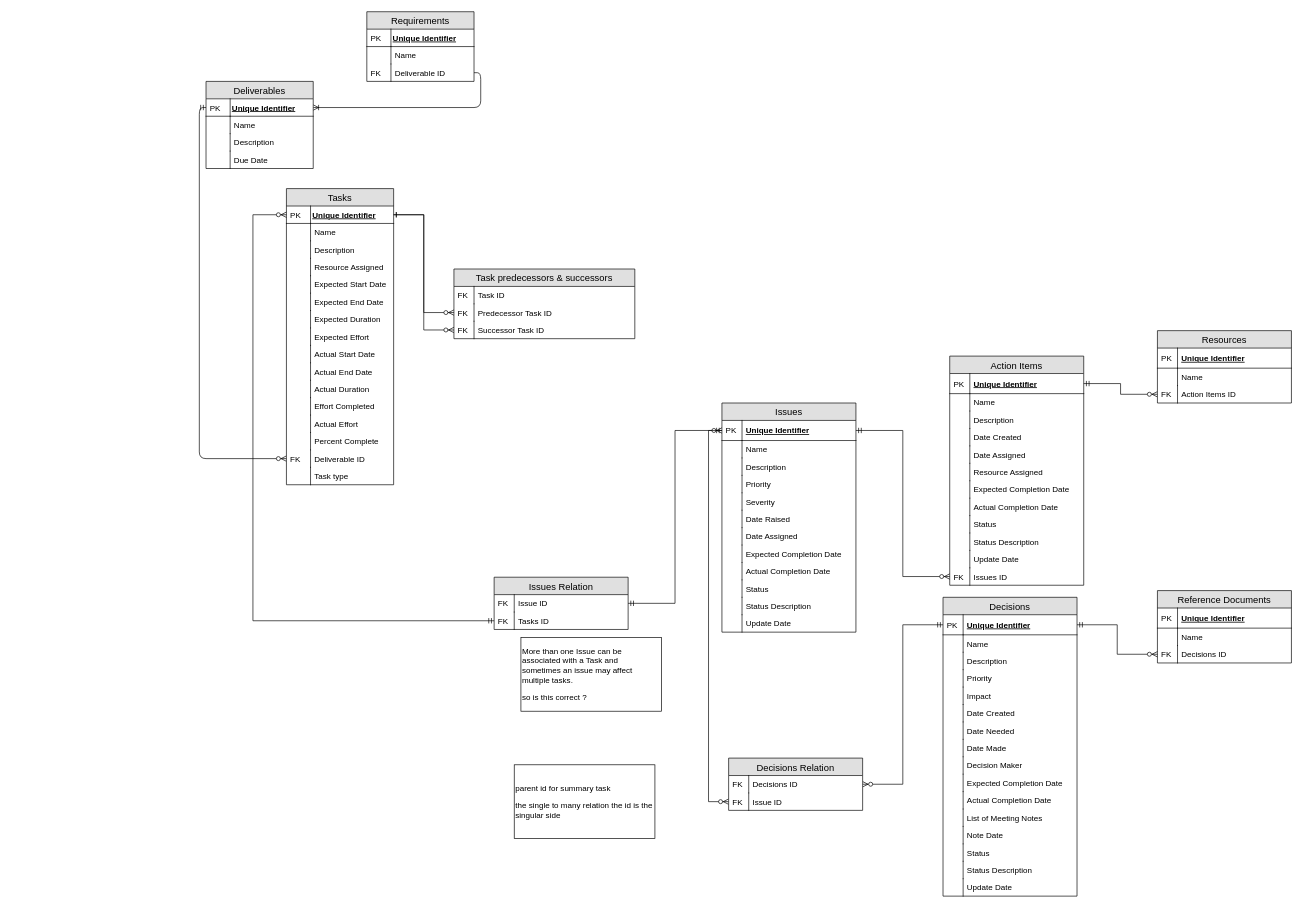
The draw.io diagram ERD.drawio in alicebalayan/comp380---project3, before the edit. Source tidied: cells renumbered, new cells numbered last; positions are measured from the earlier drawing's top-left corner, leaving out a move shared by most shapes. Both pictures are drawn from the tidied source at 67%, with x=0, y=0 at pixel (206, 11).
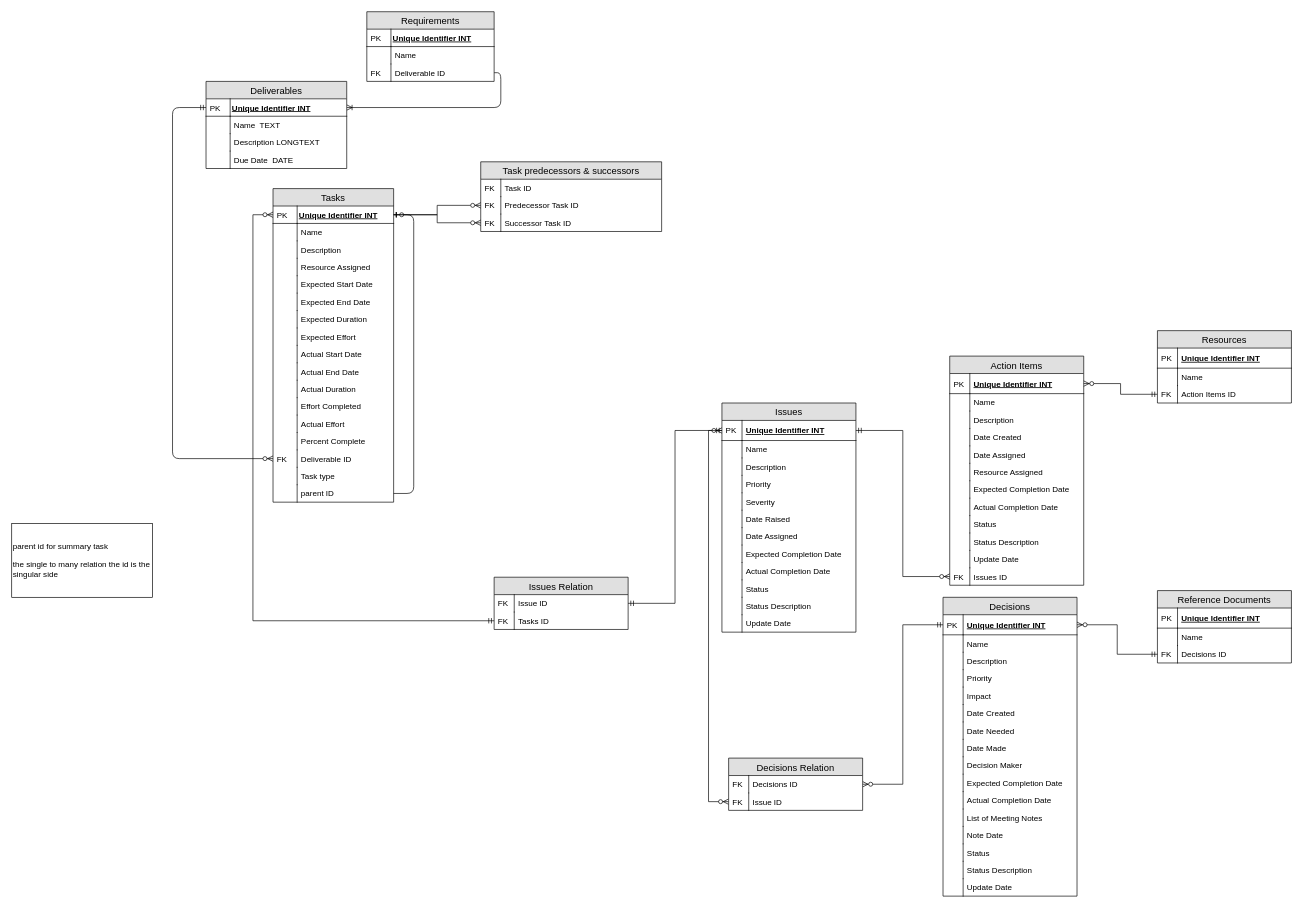
After the change.

Unchanged cells that the change refers to:
```xml
<mxCell id="2" value="Issues" style="swimlane;fontStyle=0;horizontal=1;startSize=26;fillColor=#e0e0e0;swimlaneFillColor=#ffffff;align=center;fontSize=14;" parent="1" vertex="1">
  <mxGeometry x="770" y="584" width="200" height="342" as="geometry" />
</mxCell>
<mxCell id="28" value="Decisions" style="swimlane;fontStyle=0;horizontal=1;startSize=26;fillColor=#e0e0e0;swimlaneFillColor=#ffffff;align=center;fontSize=14;" parent="1" vertex="1">
  <mxGeometry x="1100" y="874" width="200" height="446" as="geometry" />
</mxCell>
<mxCell id="61" value="Action Items" style="swimlane;fontStyle=0;horizontal=1;startSize=26;fillColor=#e0e0e0;swimlaneFillColor=#ffffff;align=center;fontSize=14;" parent="1" vertex="1">
  <mxGeometry x="1110" y="514" width="200" height="342" as="geometry" />
</mxCell>
<mxCell id="86" value="Reference Documents" style="swimlane;fontStyle=0;horizontal=1;startSize=26;fillColor=#e0e0e0;swimlaneFillColor=#ffffff;align=center;fontSize=14;" parent="1" vertex="1">
  <mxGeometry x="1420" y="864" width="200" height="108" as="geometry" />
</mxCell>
<mxCell id="91" value="Decisions ID" style="shape=partialRectangle;top=0;left=0;right=0;bottom=0;align=left;verticalAlign=top;fillColor=none;spacingLeft=34;spacingRight=4;overflow=hidden;points=[[0,0.5],[1,0.5]];portConstraint=eastwest;fontSize=12;" parent="86" vertex="1">
  <mxGeometry y="82" width="200" height="26" as="geometry" />
</mxCell>
<mxCell id="145" value="Resources" style="swimlane;fontStyle=0;horizontal=1;startSize=26;fillColor=#e0e0e0;swimlaneFillColor=#ffffff;align=center;fontSize=14;" parent="1" vertex="1">
  <mxGeometry x="1420" y="476" width="200" height="108" as="geometry" />
</mxCell>
<mxCell id="150" value="Action Items ID&#10;" style="shape=partialRectangle;top=0;left=0;right=0;bottom=0;align=left;verticalAlign=top;fillColor=none;spacingLeft=34;spacingRight=4;overflow=hidden;points=[[0,0.5],[1,0.5]];portConstraint=eastwest;fontSize=12;" parent="145" vertex="1">
  <mxGeometry y="82" width="200" height="26" as="geometry" />
</mxCell>
```

Change to the diagram source:
```diff
@@
-    <mxCell id="3" value="Unique Identifier" style="shape=partialRectangle;top=0;left=0;right=0;bottom=1;align=left;verticalAlign=middle;fillColor=none;spacingLeft=34;spacingRight=4;overflow=hidden;points=[[0,0.5],[1,0.5]];portConstraint=eastwest;fontStyle=5;fontSize=12;" parent="2" vertex="1">
+    <mxCell id="3" value="Unique Identifier INT" style="shape=partialRectangle;top=0;left=0;right=0;bottom=1;align=left;verticalAlign=middle;fillColor=none;spacingLeft=34;spacingRight=4;overflow=hidden;points=[[0,0.5],[1,0.5]];portConstraint=eastwest;fontStyle=5;fontSize=12;" parent="2" vertex="1">
       <mxGeometry y="26" width="200" height="30" as="geometry" />
     </mxCell>
@@
-    <mxCell id="29" value="Unique Identifier" style="shape=partialRectangle;top=0;left=0;right=0;bottom=1;align=left;verticalAlign=middle;fillColor=none;spacingLeft=34;spacingRight=4;overflow=hidden;points=[[0,0.5],[1,0.5]];portConstraint=eastwest;fontStyle=5;fontSize=12;" parent="28" vertex="1">
+    <mxCell id="29" value="Unique Identifier INT" style="shape=partialRectangle;top=0;left=0;right=0;bottom=1;align=left;verticalAlign=middle;fillColor=none;spacingLeft=34;spacingRight=4;overflow=hidden;points=[[0,0.5],[1,0.5]];portConstraint=eastwest;fontStyle=5;fontSize=12;" parent="28" vertex="1">
       <mxGeometry y="26" width="200" height="30" as="geometry" />
     </mxCell>
@@
-    <mxCell id="62" value="Unique Identifier" style="shape=partialRectangle;top=0;left=0;right=0;bottom=1;align=left;verticalAlign=middle;fillColor=none;spacingLeft=34;spacingRight=4;overflow=hidden;points=[[0,0.5],[1,0.5]];portConstraint=eastwest;fontStyle=5;fontSize=12;" parent="61" vertex="1">
+    <mxCell id="62" value="Unique Identifier INT" style="shape=partialRectangle;top=0;left=0;right=0;bottom=1;align=left;verticalAlign=middle;fillColor=none;spacingLeft=34;spacingRight=4;overflow=hidden;points=[[0,0.5],[1,0.5]];portConstraint=eastwest;fontStyle=5;fontSize=12;" parent="61" vertex="1">
       <mxGeometry y="26" width="200" height="30" as="geometry" />
     </mxCell>
@@
-    <mxCell id="87" value="Unique Identifier" style="shape=partialRectangle;top=0;left=0;right=0;bottom=1;align=left;verticalAlign=middle;fillColor=none;spacingLeft=34;spacingRight=4;overflow=hidden;fontStyle=5;fontSize=12;" parent="86" vertex="1">
+    <mxCell id="87" value="Unique Identifier INT" style="shape=partialRectangle;top=0;left=0;right=0;bottom=1;align=left;verticalAlign=middle;fillColor=none;spacingLeft=34;spacingRight=4;overflow=hidden;fontStyle=5;fontSize=12;" parent="86" vertex="1">
       <mxGeometry y="26" width="200" height="30" as="geometry" />
     </mxCell>
@@
     <mxCell id="93" style="endArrow=ERmandOne;html=1;entryX=0;entryY=0.5;entryDx=0;entryDy=0;edgeStyle=orthogonalEdgeStyle;exitX=0;exitY=0.5;exitDx=0;exitDy=0;startArrow=ERzeroToMany;startFill=1;endFill=0;" parent="1" edge="1" source="129" target="136">
-      <mxGeometry relative="1" as="geometry" />
+      <mxGeometry relative="1" as="geometry">
+        <Array as="points">
+          <mxPoint x="-50" y="667" />
+          <mxPoint x="-50" y="143" />
+        </Array>
+      </mxGeometry>
     </mxCell>
-    <mxCell id="94" value="&lt;p class=&quot;Paragraph&quot;&gt;More than one Issue can be associated with a Task and&lt;br&gt;sometimes an issue may affect multiple tasks.&amp;nbsp;&amp;nbsp;&lt;/p&gt;&lt;p class=&quot;Paragraph&quot;&gt;so is this correct ?&lt;/p&gt;" style="rounded=0;whiteSpace=wrap;html=1;align=left;" parent="1" vertex="1">
-      <mxGeometry x="470" y="934" width="210" height="110" as="geometry" />
-    </mxCell>
@@
     <mxCell id="100" value="Tasks" style="swimlane;fontStyle=0;horizontal=1;startSize=26;fontSize=14;fillColor=#e0e0e0;swimlaneFillColor=#ffffff;" parent="1" vertex="1">
-      <mxGeometry x="120" y="264" width="160" height="442" as="geometry" />
+      <mxGeometry x="100" y="264" width="180" height="468" as="geometry" />
     </mxCell>
-    <mxCell id="101" value="Unique Identifier" style="shape=partialRectangle;top=0;left=0;right=0;bottom=1;align=left;verticalAlign=middle;fillColor=none;spacingLeft=37;spacingRight=4;overflow=hidden;points=[[0,0.5],[1,0.5]];portConstraint=eastwest;fontStyle=5;" parent="100" vertex="1">
-      <mxGeometry y="26" width="160" height="26" as="geometry" />
+    <mxCell id="101" value="Unique Identifier INT" style="shape=partialRectangle;top=0;left=0;right=0;bottom=1;align=left;verticalAlign=middle;fillColor=none;spacingLeft=37;spacingRight=4;overflow=hidden;points=[[0,0.5],[1,0.5]];portConstraint=eastwest;fontStyle=5;" parent="100" vertex="1">
+      <mxGeometry y="26" width="180" height="26" as="geometry" />
     </mxCell>
@@
     <mxCell id="103" value="Name" style="shape=partialRectangle;top=0;left=0;right=0;bottom=0;align=left;verticalAlign=top;fillColor=none;spacingLeft=40;spacingRight=4;overflow=hidden;rounded=0;shadow=0;strokeWidth=1;" parent="100" vertex="1">
-      <mxGeometry y="52" width="160" height="26" as="geometry" />
+      <mxGeometry y="52" width="180" height="26" as="geometry" />
     </mxCell>
@@
     <mxCell id="105" value="Description" style="shape=partialRectangle;top=0;left=0;right=0;bottom=0;align=left;verticalAlign=top;fillColor=none;spacingLeft=40;spacingRight=4;overflow=hidden;rounded=0;shadow=0;strokeWidth=1;" parent="100" vertex="1">
-      <mxGeometry y="78" width="160" height="26" as="geometry" />
+      <mxGeometry y="78" width="180" height="26" as="geometry" />
     </mxCell>
@@
     <mxCell id="107" value="Resource Assigned" style="shape=partialRectangle;top=0;left=0;right=0;bottom=0;align=left;verticalAlign=top;fillColor=none;spacingLeft=40;spacingRight=4;overflow=hidden;rounded=0;shadow=0;strokeWidth=1;" parent="100" vertex="1">
-      <mxGeometry y="104" width="160" height="26" as="geometry" />
+      <mxGeometry y="104" width="180" height="26" as="geometry" />
     </mxCell>
@@
     <mxCell id="109" value="Expected Start Date" style="shape=partialRectangle;top=0;left=0;right=0;bottom=0;align=left;verticalAlign=top;fillColor=none;spacingLeft=40;spacingRight=4;overflow=hidden;rounded=0;shadow=0;strokeWidth=1;" parent="100" vertex="1">
-      <mxGeometry y="130" width="160" height="26" as="geometry" />
+      <mxGeometry y="130" width="180" height="26" as="geometry" />
     </mxCell>
@@
     <mxCell id="111" value="Expected End Date" style="shape=partialRectangle;top=0;left=0;right=0;bottom=0;align=left;verticalAlign=top;fillColor=none;spacingLeft=40;spacingRight=4;overflow=hidden;rounded=0;shadow=0;strokeWidth=1;" parent="100" vertex="1">
-      <mxGeometry y="156" width="160" height="26" as="geometry" />
+      <mxGeometry y="156" width="180" height="26" as="geometry" />
     </mxCell>
@@
     <mxCell id="113" value="Expected Duration" style="shape=partialRectangle;top=0;left=0;right=0;bottom=0;align=left;verticalAlign=top;fillColor=none;spacingLeft=40;spacingRight=4;overflow=hidden;rounded=0;shadow=0;strokeWidth=1;" parent="100" vertex="1">
-      <mxGeometry y="182" width="160" height="26" as="geometry" />
+      <mxGeometry y="182" width="180" height="26" as="geometry" />
     </mxCell>
@@
     <mxCell id="115" value="Expected Effort" style="shape=partialRectangle;top=0;left=0;right=0;bottom=0;align=left;verticalAlign=top;fillColor=none;spacingLeft=40;spacingRight=4;overflow=hidden;rounded=0;shadow=0;strokeWidth=1;" parent="100" vertex="1">
-      <mxGeometry y="208" width="160" height="26" as="geometry" />
+      <mxGeometry y="208" width="180" height="26" as="geometry" />
     </mxCell>
@@
     <mxCell id="117" value="Actual Start Date" style="shape=partialRectangle;top=0;left=0;right=0;bottom=0;align=left;verticalAlign=top;fillColor=none;spacingLeft=40;spacingRight=4;overflow=hidden;rounded=0;shadow=0;strokeWidth=1;" parent="100" vertex="1">
-      <mxGeometry y="234" width="160" height="26" as="geometry" />
+      <mxGeometry y="234" width="180" height="26" as="geometry" />
     </mxCell>
@@
     <mxCell id="119" value="Actual End Date" style="shape=partialRectangle;top=0;left=0;right=0;bottom=0;align=left;verticalAlign=top;fillColor=none;spacingLeft=40;spacingRight=4;overflow=hidden;rounded=0;shadow=0;strokeWidth=1;" parent="100" vertex="1">
-      <mxGeometry y="260" width="160" height="26" as="geometry" />
+      <mxGeometry y="260" width="180" height="26" as="geometry" />
     </mxCell>
@@
     <mxCell id="121" value="Actual Duration" style="shape=partialRectangle;top=0;left=0;right=0;bottom=0;align=left;verticalAlign=top;fillColor=none;spacingLeft=40;spacingRight=4;overflow=hidden;rounded=0;shadow=0;strokeWidth=1;" parent="100" vertex="1">
-      <mxGeometry y="286" width="160" height="26" as="geometry" />
+      <mxGeometry y="286" width="180" height="26" as="geometry" />
     </mxCell>
@@
     <mxCell id="123" value="Effort Completed" style="shape=partialRectangle;top=0;left=0;right=0;bottom=0;align=left;verticalAlign=top;fillColor=none;spacingLeft=40;spacingRight=4;overflow=hidden;rounded=0;shadow=0;strokeWidth=1;" parent="100" vertex="1">
-      <mxGeometry y="312" width="160" height="26" as="geometry" />
+      <mxGeometry y="312" width="180" height="26" as="geometry" />
     </mxCell>
@@
     <mxCell id="125" value="Actual Effort" style="shape=partialRectangle;top=0;left=0;right=0;bottom=0;align=left;verticalAlign=top;fillColor=none;spacingLeft=40;spacingRight=4;overflow=hidden;rounded=0;shadow=0;strokeWidth=1;" parent="100" vertex="1">
-      <mxGeometry y="338" width="160" height="26" as="geometry" />
+      <mxGeometry y="338" width="180" height="26" as="geometry" />
     </mxCell>
@@
     <mxCell id="127" value="Percent Complete" style="shape=partialRectangle;top=0;left=0;right=0;bottom=0;align=left;verticalAlign=top;fillColor=none;spacingLeft=40;spacingRight=4;overflow=hidden;rounded=0;shadow=0;strokeWidth=1;" parent="100" vertex="1">
-      <mxGeometry y="364" width="160" height="26" as="geometry" />
+      <mxGeometry y="364" width="180" height="26" as="geometry" />
     </mxCell>
@@
     <mxCell id="129" value="Deliverable ID" style="shape=partialRectangle;top=0;left=0;right=0;bottom=0;align=left;verticalAlign=top;fillColor=none;spacingLeft=40;spacingRight=4;overflow=hidden;points=[[0,0.5],[1,0.5]];portConstraint=eastwest;rounded=0;shadow=0;strokeWidth=1;" parent="100" vertex="1">
-      <mxGeometry y="390" width="160" height="26" as="geometry" />
+      <mxGeometry y="390" width="180" height="26" as="geometry" />
     </mxCell>
@@
     <mxCell id="131" value="Task type" style="shape=partialRectangle;top=0;left=0;right=0;bottom=0;align=left;verticalAlign=top;fillColor=none;spacingLeft=40;spacingRight=4;overflow=hidden;rounded=0;shadow=0;strokeWidth=1;" parent="100" vertex="1">
-      <mxGeometry y="416" width="160" height="26" as="geometry" />
+      <mxGeometry y="416" width="180" height="26" as="geometry" />
     </mxCell>
@@
+    <mxCell id="178" value="parent ID" style="shape=partialRectangle;top=0;left=0;right=0;bottom=0;align=left;verticalAlign=top;fillColor=none;spacingLeft=40;spacingRight=4;overflow=hidden;points=[[0,0.5],[1,0.5]];portConstraint=eastwest;rounded=0;shadow=0;strokeWidth=1;" parent="100" vertex="1">
+      <mxGeometry y="442" width="180" height="26" as="geometry" />
+    </mxCell>
+    <mxCell id="179" style="shape=partialRectangle;top=0;left=0;bottom=0;fillColor=none;align=left;verticalAlign=top;spacingLeft=4;spacingRight=4;overflow=hidden;" parent="178" vertex="1">
+      <mxGeometry width="36" height="26" as="geometry" />
+    </mxCell>
+    <mxCell id="180" style="fontSize=12;html=1;endArrow=ERzeroToOne;endFill=1;elbow=vertical;exitX=1;exitY=0.5;exitDx=0;exitDy=0;edgeStyle=orthogonalEdgeStyle;entryX=1;entryY=0.5;entryDx=0;entryDy=0;" parent="100" edge="1" source="178" target="101">
+      <mxGeometry relative="1" as="geometry">
+        <Array as="points">
+          <mxPoint x="210" y="455" />
+          <mxPoint x="210" y="39" />
+        </Array>
+      </mxGeometry>
+    </mxCell>
@@
     <mxCell id="135" value="Deliverables" style="swimlane;fontStyle=0;horizontal=1;startSize=26;fontSize=14;fillColor=#e0e0e0;swimlaneFillColor=#ffffff;" parent="1" vertex="1">
-      <mxGeometry y="104" width="160" height="130" as="geometry" />
+      <mxGeometry y="104" width="210" height="130" as="geometry" />
     </mxCell>
-    <mxCell id="136" value="Unique Identifier" style="shape=partialRectangle;top=0;left=0;right=0;bottom=1;align=left;verticalAlign=middle;fillColor=none;spacingLeft=37;spacingRight=4;overflow=hidden;points=[[0,0.5],[1,0.5]];portConstraint=eastwest;fontStyle=5;" parent="135" vertex="1">
-      <mxGeometry y="26" width="160" height="26" as="geometry" />
+    <mxCell id="136" value="Unique Identifier INT" style="shape=partialRectangle;top=0;left=0;right=0;bottom=1;align=left;verticalAlign=middle;fillColor=none;spacingLeft=37;spacingRight=4;overflow=hidden;points=[[0,0.5],[1,0.5]];portConstraint=eastwest;fontStyle=5;" parent="135" vertex="1">
+      <mxGeometry y="26" width="210" height="26" as="geometry" />
     </mxCell>
@@
-    <mxCell id="138" value="Name" style="shape=partialRectangle;top=0;left=0;right=0;bottom=0;align=left;verticalAlign=top;fillColor=none;spacingLeft=40;spacingRight=4;overflow=hidden;rounded=0;shadow=0;strokeWidth=1;" parent="135" vertex="1">
-      <mxGeometry y="52" width="160" height="26" as="geometry" />
+    <mxCell id="138" value="Name  TEXT" style="shape=partialRectangle;top=0;left=0;right=0;bottom=0;align=left;verticalAlign=top;fillColor=none;spacingLeft=40;spacingRight=4;overflow=hidden;rounded=0;shadow=0;strokeWidth=1;" parent="135" vertex="1">
+      <mxGeometry y="52" width="210" height="26" as="geometry" />
     </mxCell>
@@
-    <mxCell id="140" value="Description" style="shape=partialRectangle;top=0;left=0;right=0;bottom=0;align=left;verticalAlign=top;fillColor=none;spacingLeft=40;spacingRight=4;overflow=hidden;rounded=0;shadow=0;strokeWidth=1;" parent="135" vertex="1">
-      <mxGeometry y="78" width="160" height="26" as="geometry" />
+    <mxCell id="140" value="Description LONGTEXT " style="shape=partialRectangle;top=0;left=0;right=0;bottom=0;align=left;verticalAlign=top;fillColor=none;spacingLeft=40;spacingRight=4;overflow=hidden;rounded=0;shadow=0;strokeWidth=1;" parent="135" vertex="1">
+      <mxGeometry y="78" width="210" height="26" as="geometry" />
     </mxCell>
@@
-    <mxCell id="142" value="Due Date" style="shape=partialRectangle;top=0;left=0;right=0;bottom=0;align=left;verticalAlign=top;fillColor=none;spacingLeft=40;spacingRight=4;overflow=hidden;rounded=0;shadow=0;strokeWidth=1;" parent="135" vertex="1">
-      <mxGeometry y="104" width="160" height="26" as="geometry" />
+    <mxCell id="142" value="Due Date  DATE" style="shape=partialRectangle;top=0;left=0;right=0;bottom=0;align=left;verticalAlign=top;fillColor=none;spacingLeft=40;spacingRight=4;overflow=hidden;rounded=0;shadow=0;strokeWidth=1;" parent="135" vertex="1">
+      <mxGeometry y="104" width="210" height="26" as="geometry" />
     </mxCell>
@@
-    <mxCell id="144" style="edgeStyle=elbowEdgeStyle;rounded=0;jettySize=auto;html=1;exitX=0;exitY=0.5;exitDx=0;exitDy=0;startArrow=ERzeroToMany;startFill=1;endArrow=ERmandOne;endFill=0;entryX=1;entryY=0.5;entryDx=0;entryDy=0;" parent="1" edge="1" source="150" target="62">
+    <mxCell id="144" style="edgeStyle=elbowEdgeStyle;rounded=0;jettySize=auto;html=1;exitX=1;exitY=0.5;exitDx=0;exitDy=0;startArrow=ERzeroToMany;startFill=1;endArrow=ERmandOne;endFill=0;entryX=0;entryY=0.5;entryDx=0;entryDy=0;" parent="1" edge="1" source="62" target="150">
       <mxGeometry relative="1" as="geometry" />
     </mxCell>
@@
-    <mxCell id="146" value="Unique Identifier" style="shape=partialRectangle;top=0;left=0;right=0;bottom=1;align=left;verticalAlign=middle;fillColor=none;spacingLeft=34;spacingRight=4;overflow=hidden;fontStyle=5;fontSize=12;" parent="145" vertex="1">
+    <mxCell id="146" value="Unique Identifier INT" style="shape=partialRectangle;top=0;left=0;right=0;bottom=1;align=left;verticalAlign=middle;fillColor=none;spacingLeft=34;spacingRight=4;overflow=hidden;fontStyle=5;fontSize=12;" parent="145" vertex="1">
       <mxGeometry y="26" width="200" height="30" as="geometry" />
     </mxCell>
@@
-    <mxCell id="160" style="edgeStyle=orthogonalEdgeStyle;rounded=0;jettySize=auto;html=1;exitX=0;exitY=0.5;exitDx=0;exitDy=0;entryX=1;entryY=0.5;entryDx=0;entryDy=0;startArrow=ERzeroToMany;startFill=1;endArrow=ERmandOne;endFill=0;" parent="1" edge="1" source="91" target="29">
+    <mxCell id="160" style="edgeStyle=orthogonalEdgeStyle;rounded=0;jettySize=auto;html=1;exitX=1;exitY=0.5;exitDx=0;exitDy=0;startArrow=ERzeroToMany;startFill=1;endArrow=ERmandOne;endFill=0;entryX=0;entryY=0.5;entryDx=0;entryDy=0;" parent="1" edge="1" source="29" target="91">
       <mxGeometry relative="1" as="geometry" />
     </mxCell>
     <mxCell id="161" value="Requirements" style="swimlane;fontStyle=0;horizontal=1;startSize=26;fontSize=14;fillColor=#e0e0e0;swimlaneFillColor=#ffffff;" parent="1" vertex="1">
-      <mxGeometry x="240" width="160" height="104" as="geometry" />
+      <mxGeometry x="240" width="190" height="104" as="geometry" />
     </mxCell>
-    <mxCell id="162" value="Unique Identifier" style="shape=partialRectangle;top=0;left=0;right=0;bottom=1;align=left;verticalAlign=middle;fillColor=none;spacingLeft=37;spacingRight=4;overflow=hidden;fontStyle=5;" parent="161" vertex="1">
-      <mxGeometry y="26" width="160" height="26" as="geometry" />
+    <mxCell id="162" value="Unique Identifier INT" style="shape=partialRectangle;top=0;left=0;right=0;bottom=1;align=left;verticalAlign=middle;fillColor=none;spacingLeft=37;spacingRight=4;overflow=hidden;fontStyle=5;" parent="161" vertex="1">
+      <mxGeometry y="26" width="190" height="26" as="geometry" />
     </mxCell>
@@
     <mxCell id="164" value="Name" style="shape=partialRectangle;top=0;left=0;right=0;bottom=0;align=left;verticalAlign=top;fillColor=none;spacingLeft=40;spacingRight=4;overflow=hidden;rounded=0;shadow=0;strokeWidth=1;" parent="161" vertex="1">
-      <mxGeometry y="52" width="160" height="26" as="geometry" />
+      <mxGeometry y="52" width="190" height="26" as="geometry" />
     </mxCell>
@@
     <mxCell id="166" value="Deliverable ID" style="shape=partialRectangle;top=0;left=0;right=0;bottom=0;align=left;verticalAlign=top;fillColor=none;spacingLeft=40;spacingRight=4;overflow=hidden;points=[[0,0.5],[1,0.5]];portConstraint=eastwest;rounded=0;shadow=0;strokeWidth=1;" parent="161" vertex="1">
-      <mxGeometry y="78" width="160" height="26" as="geometry" />
+      <mxGeometry y="78" width="190" height="26" as="geometry" />
     </mxCell>
@@
     <mxCell id="168" value="Task predecessors &amp; successors" style="swimlane;fontStyle=0;horizontal=1;startSize=26;fillColor=#e0e0e0;swimlaneFillColor=#ffffff;align=center;fontSize=14;" parent="1" vertex="1">
-      <mxGeometry x="370" y="384" width="270" height="104" as="geometry" />
+      <mxGeometry x="410" y="224" width="270" height="104" as="geometry" />
     </mxCell>
@@
     <mxCell id="177" value="&lt;p class=&quot;Paragraph&quot;&gt;parent id for summary task&amp;nbsp;&lt;br&gt;&lt;/p&gt;&lt;p class=&quot;Paragraph&quot;&gt;the single to many relation the id is the singular side&amp;nbsp;&lt;/p&gt;" style="rounded=0;whiteSpace=wrap;html=1;align=left;" parent="1" vertex="1">
-      <mxGeometry x="460" y="1124" width="210" height="110" as="geometry" />
+      <mxGeometry x="-290" y="764" width="210" height="110" as="geometry" />
     </mxCell>
```
